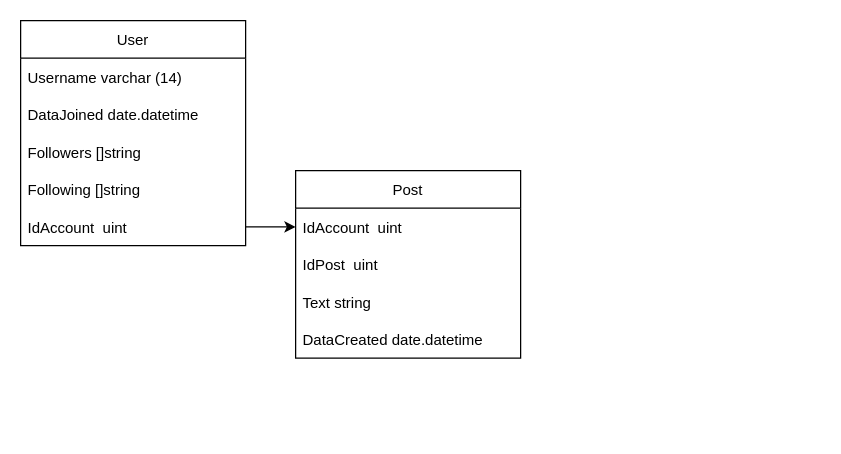
The draw.io diagram docs/modelling/DatabaseModelling.drawio in LulianoM/TwitterApiModeling, before the edit. Source tidied: cells renumbered, new cells numbered last; positions are measured from the earlier drawing's top-left corner, leaving out a move shared by most shapes. Both pictures are drawn from the tidied source at 125%, with x=0, y=0 at pixel (20, 20).
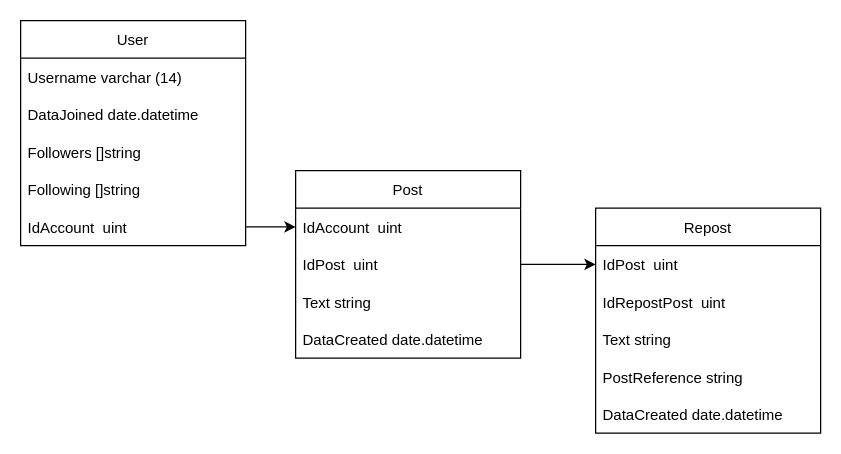
Above is the later version.

The change refers to these unchanged cells:
```xml
<mxCell id="10" value="IdPost  uint" style="text;strokeColor=none;fillColor=none;align=left;verticalAlign=middle;spacingLeft=4;spacingRight=4;overflow=hidden;points=[[0,0.5],[1,0.5]];portConstraint=eastwest;" parent="8" vertex="1">
  <mxGeometry y="60" width="180" height="30" as="geometry" />
</mxCell>
```

Diff of the diagram source:
```diff
@@
+    <mxCell id="14" value="Repost" style="swimlane;fontStyle=0;horizontal=1;startSize=30;" parent="1" vertex="1">
+      <mxGeometry x="460" y="150" width="180" height="180" as="geometry" />
+    </mxCell>
+    <mxCell id="15" value="IdPost  uint" style="text;strokeColor=none;fillColor=none;align=left;verticalAlign=middle;spacingLeft=4;spacingRight=4;overflow=hidden;points=[[0,0.5],[1,0.5]];portConstraint=eastwest;" parent="14" vertex="1">
+      <mxGeometry y="30" width="180" height="30" as="geometry" />
+    </mxCell>
+    <mxCell id="16" value="IdRepostPost  uint" style="text;strokeColor=none;fillColor=none;align=left;verticalAlign=middle;spacingLeft=4;spacingRight=4;overflow=hidden;" parent="14" vertex="1">
+      <mxGeometry y="60" width="180" height="30" as="geometry" />
+    </mxCell>
+    <mxCell id="17" value="Text string" style="text;strokeColor=none;fillColor=none;align=left;verticalAlign=middle;spacingLeft=4;spacingRight=4;overflow=hidden;" parent="14" vertex="1">
+      <mxGeometry y="90" width="180" height="30" as="geometry" />
+    </mxCell>
+    <mxCell id="18" value="PostReference string" style="text;strokeColor=none;fillColor=none;align=left;verticalAlign=middle;spacingLeft=4;spacingRight=4;overflow=hidden;" parent="14" vertex="1">
+      <mxGeometry y="120" width="180" height="30" as="geometry" />
+    </mxCell>
+    <mxCell id="19" value="DataCreated date.datetime" style="text;strokeColor=none;fillColor=none;align=left;verticalAlign=middle;spacingLeft=4;spacingRight=4;overflow=hidden;" parent="14" vertex="1">
+      <mxGeometry y="150" width="180" height="30" as="geometry" />
+    </mxCell>
+    <mxCell id="20" style="edgeStyle=none;html=1;entryX=0;entryY=0.5;entryDx=0;entryDy=0;" parent="1" edge="1" source="10" target="15">
+      <mxGeometry relative="1" as="geometry" />
+    </mxCell>
```
